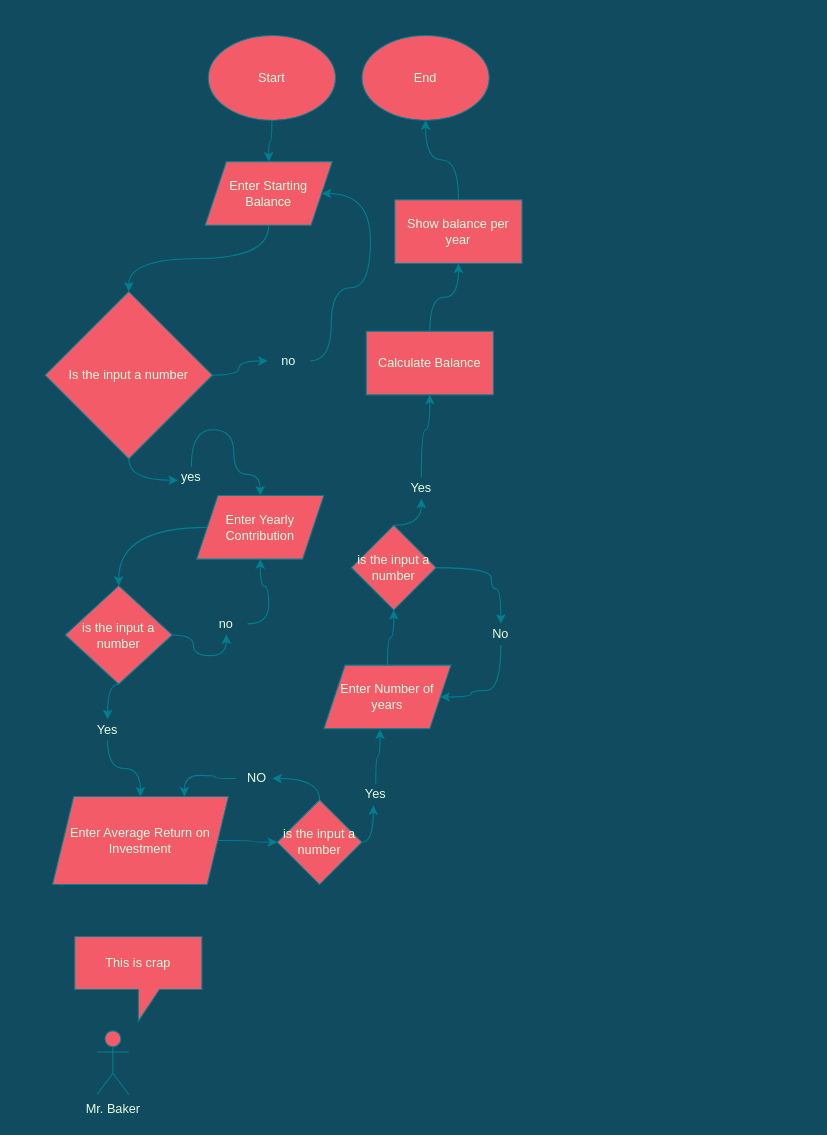
Before: AdvFlowChart.drawio in WilsonTalentCenter/advpseudoflow-at1020, a draw.io diagram. Source tidied: cells renumbered, new cells numbered last; positions are measured from the earlier drawing's top-left corner, leaving out a move shared by most shapes. Both pictures are drawn from the tidied source at 106%, with x=0, y=0 at pixel (45, 35).
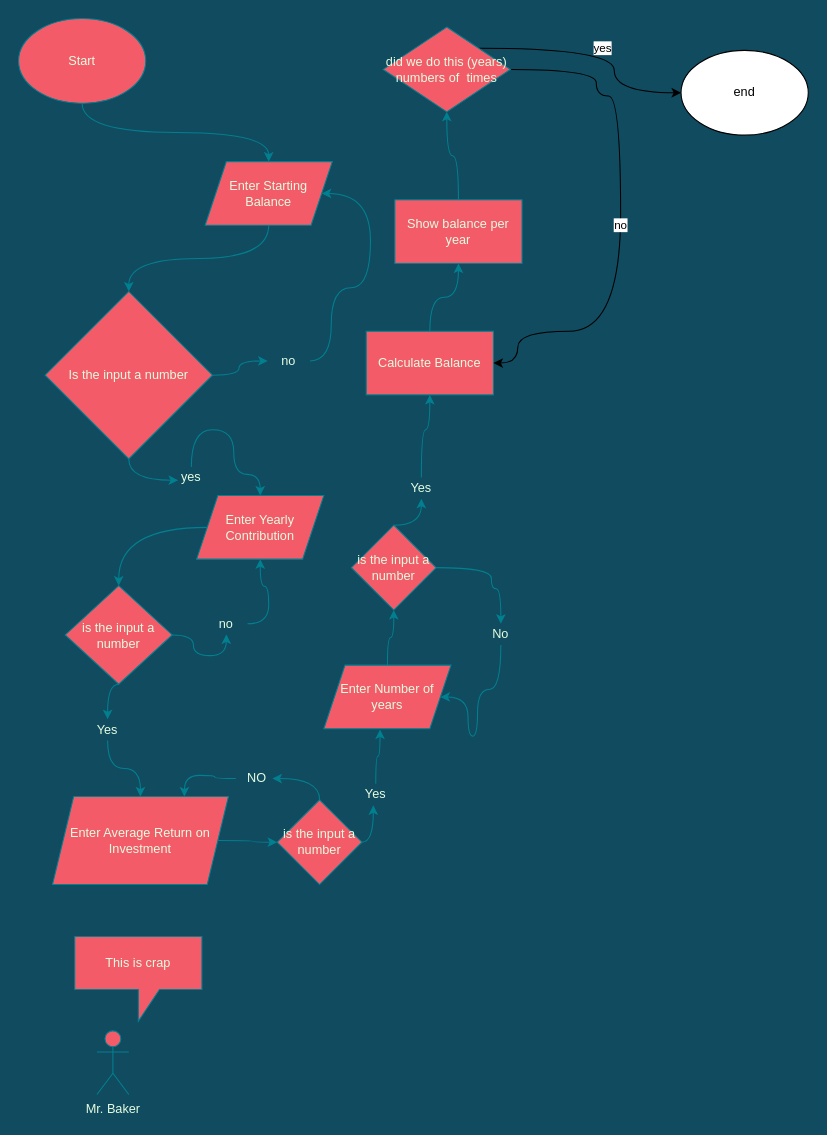
The same page after the edit.

The change refers to these unchanged cells:
```xml
<mxCell id="30" value="Enter Number of years" style="shape=parallelogram;perimeter=parallelogramPerimeter;whiteSpace=wrap;html=1;fixedSize=1;strokeColor=#028090;fillColor=#F45B69;fontColor=#E4FDE1;" parent="1" vertex="1">
  <mxGeometry x="263" y="594" width="120" height="60" as="geometry" />
</mxCell>
<mxCell id="38" value="No" style="text;html=1;strokeColor=none;fillColor=none;align=center;verticalAlign=middle;whiteSpace=wrap;rounded=0;fontColor=#E4FDE1;" parent="1" vertex="1">
  <mxGeometry x="410" y="555" width="40" height="20" as="geometry" />
</mxCell>
<mxCell id="41" value="Calculate Balance" style="rounded=0;whiteSpace=wrap;html=1;strokeColor=#028090;fillColor=#F45B69;fontColor=#E4FDE1;" parent="1" vertex="1">
  <mxGeometry x="303" y="279" width="120" height="60" as="geometry" />
</mxCell>
```

What changed in the source:
```diff
@@
     <mxCell id="3" value="Start" style="ellipse;whiteSpace=wrap;html=1;fillColor=#F45B69;strokeColor=#028090;fontColor=#E4FDE1;" parent="1" vertex="1">
-      <mxGeometry x="154" width="120" height="80" as="geometry" />
+      <mxGeometry x="-25" y="-16" width="120" height="80" as="geometry" />
     </mxCell>
@@
-    <mxCell id="35" style="edgeStyle=orthogonalEdgeStyle;curved=1;rounded=1;jettySize=auto;html=1;exitX=0.5;exitY=1;exitDx=0;exitDy=0;entryX=1;entryY=0.5;entryDx=0;entryDy=0;strokeColor=#028090;fillColor=#F45B69;fontColor=#E4FDE1;" parent="1" edge="1" source="38" target="30">
+    <mxCell id="35" style="edgeStyle=orthogonalEdgeStyle;jettySize=auto;html=1;exitX=0.5;exitY=1;exitDx=0;exitDy=0;entryX=1;entryY=0.5;entryDx=0;entryDy=0;strokeColor=#028090;fillColor=#F45B69;fontColor=#E4FDE1;curved=1;" parent="1" edge="1" source="38" target="30">
       <mxGeometry relative="1" as="geometry">
         <Array as="points">
-          <mxPoint x="430" y="618" />
-          <mxPoint x="402" y="618" />
-          <mxPoint x="402" y="624" />
+          <mxPoint x="430" y="617" />
+          <mxPoint x="408" y="617" />
+          <mxPoint x="408" y="661" />
+          <mxPoint x="399" y="661" />
+          <mxPoint x="399" y="624" />
         </Array>
       </mxGeometry>
     </mxCell>
@@
+    <mxCell id="47" value="no" style="edgeStyle=orthogonalEdgeStyle;curved=1;jettySize=auto;html=1;entryX=1;entryY=0.5;entryDx=0;entryDy=0;exitX=1;exitY=0.5;exitDx=0;exitDy=0;" parent="1" edge="1" source="46" target="41">
+      <mxGeometry relative="1" as="geometry">
+        <Array as="points">
+          <mxPoint x="520" y="32" />
+          <mxPoint x="520" y="57" />
+          <mxPoint x="543" y="57" />
+          <mxPoint x="543" y="279" />
+          <mxPoint x="446" y="279" />
+          <mxPoint x="446" y="309" />
+        </Array>
+      </mxGeometry>
+    </mxCell>
+    <mxCell id="48" value="yes" style="edgeStyle=orthogonalEdgeStyle;curved=1;jettySize=auto;html=1;exitX=1;exitY=0;exitDx=0;exitDy=0;entryX=0;entryY=0.5;entryDx=0;entryDy=0;" parent="1" edge="1" source="46" target="49">
+      <mxGeometry relative="1" as="geometry">
+        <Array as="points">
+          <mxPoint x="537" y="12" />
+          <mxPoint x="537" y="54" />
+        </Array>
+      </mxGeometry>
+    </mxCell>
-    <mxCell id="46" value="End" style="ellipse;whiteSpace=wrap;html=1;strokeColor=#028090;fillColor=#F45B69;fontColor=#E4FDE1;" parent="1" vertex="1">
-      <mxGeometry x="299" width="120" height="80" as="geometry" />
+    <mxCell id="46" value="did we do this (years) numbers of&amp;nbsp; times" style="rhombus;whiteSpace=wrap;html=1;fontFamily=Helvetica;fontSize=12;fontColor=#E4FDE1;align=center;strokeColor=#028090;fillColor=#F45B69;" parent="1" vertex="1">
+      <mxGeometry x="319" y="-8" width="120" height="80" as="geometry" />
     </mxCell>
+    <mxCell id="49" value="end" style="ellipse;whiteSpace=wrap;html=1;" parent="1" vertex="1">
+      <mxGeometry x="600" y="14" width="120" height="80" as="geometry" />
+    </mxCell>
```
